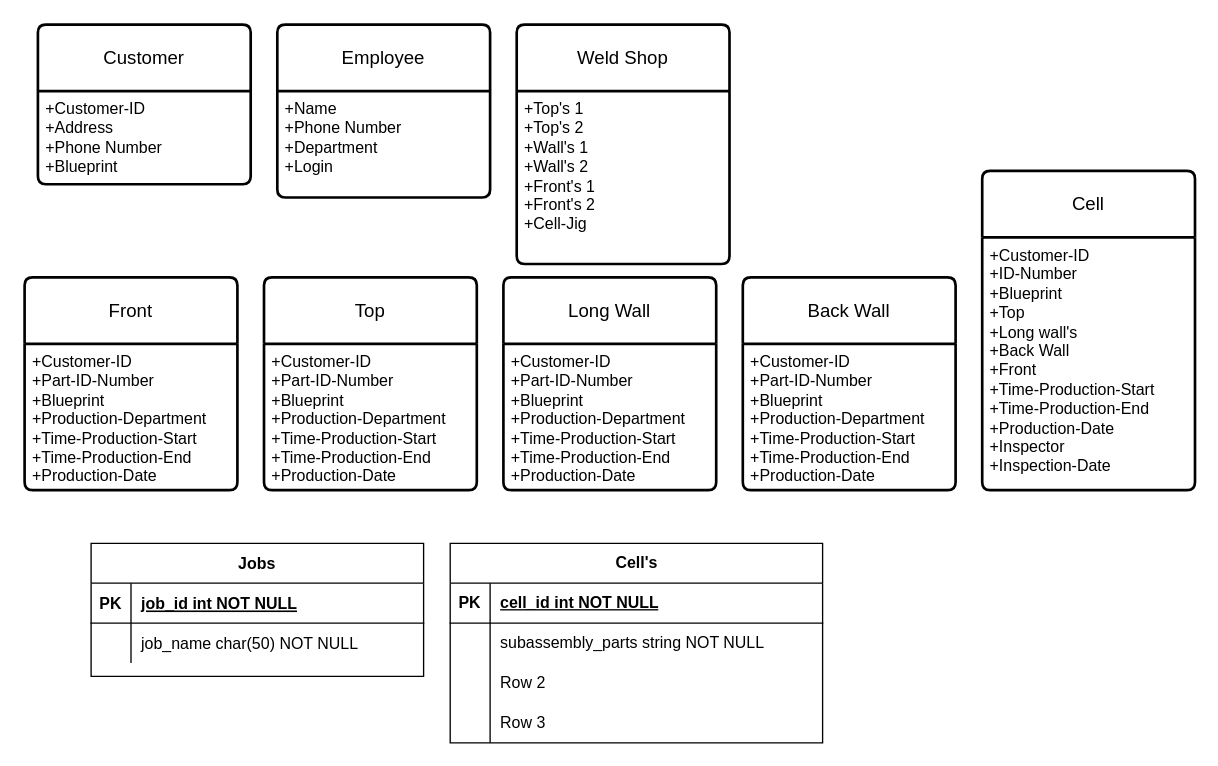
Above: ER-Diagram.drawio in Philmyrage/SteelCell-Shop-Solutions (draw.io), before the change. Source tidied: cells renumbered, new cells numbered last; positions are measured from the earlier drawing's top-left corner, leaving out a move shared by most shapes. Both pictures are drawn from the tidied source at 133%, with x=0, y=0 at pixel (24, 24).
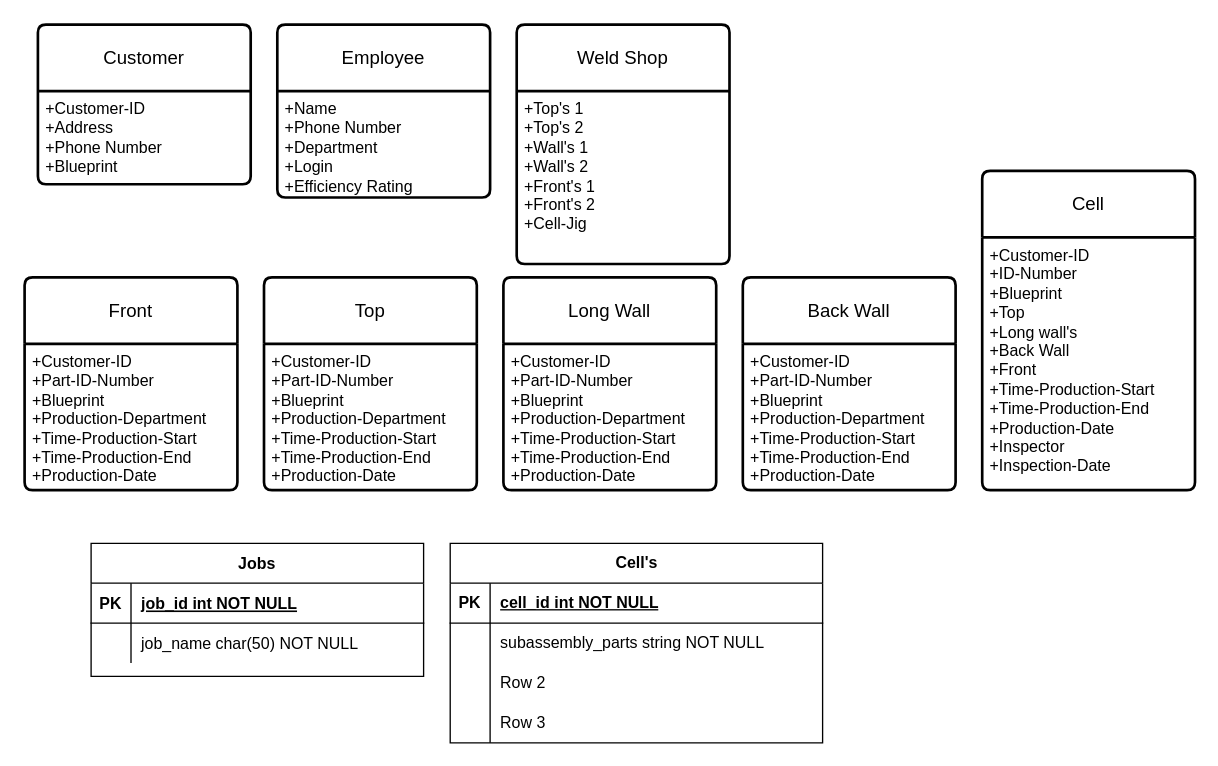
The same page after the edit.

The change refers to these unchanged cells:
```xml
<mxCell id="34" value="Employee" style="swimlane;horizontal=1;startSize=50;rounded=1;fontSize=14;fontStyle=0;strokeWidth=2;shadow=0;dashed=0;align=center;arcSize=4;whiteSpace=wrap;html=1;" parent="1" vertex="1">
  <mxGeometry x="190" width="160" height="130" as="geometry" />
</mxCell>
```

The edit, as a diff of the source:
```diff
@@
-    <mxCell id="35" value="+Name&lt;br&gt;+Phone Number&lt;br&gt;+Department&lt;br&gt;&lt;div&gt;+Login&lt;/div&gt;" style="align=left;strokeColor=none;fillColor=none;spacingLeft=4;fontSize=12;verticalAlign=top;html=1;" parent="34" vertex="1">
+    <mxCell id="35" value="+Name&lt;br&gt;+Phone Number&lt;br&gt;+Department&lt;br&gt;&lt;div&gt;+Login&lt;/div&gt;&lt;div&gt;+Efficiency Rating&lt;/div&gt;" style="align=left;strokeColor=none;fillColor=none;spacingLeft=4;fontSize=12;verticalAlign=top;html=1;" parent="34" vertex="1">
       <mxGeometry y="50" width="160" height="80" as="geometry" />
     </mxCell>
```
